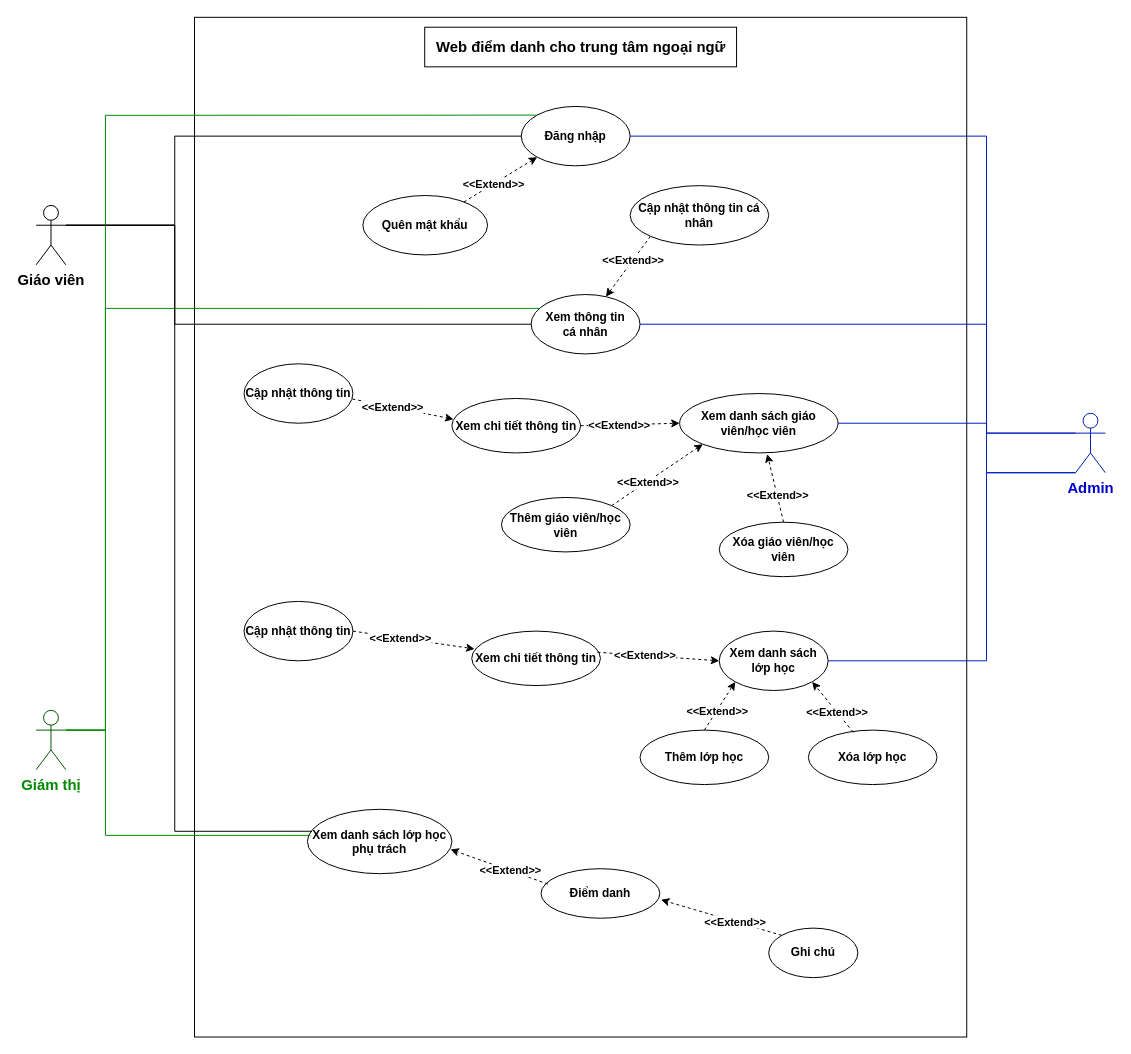
astr0tas/English-Center-Attendance-Check keeps this draw.io diagram as Week 1/UC Diagram.drawio. Above is the earlier version. Source tidied: cells renumbered, new cells numbered last; positions are measured from the earlier drawing's top-left corner, leaving out a move shared by most shapes. Both pictures are drawn from the tidied source at 99%, with x=0, y=0 at pixel (36, 17).
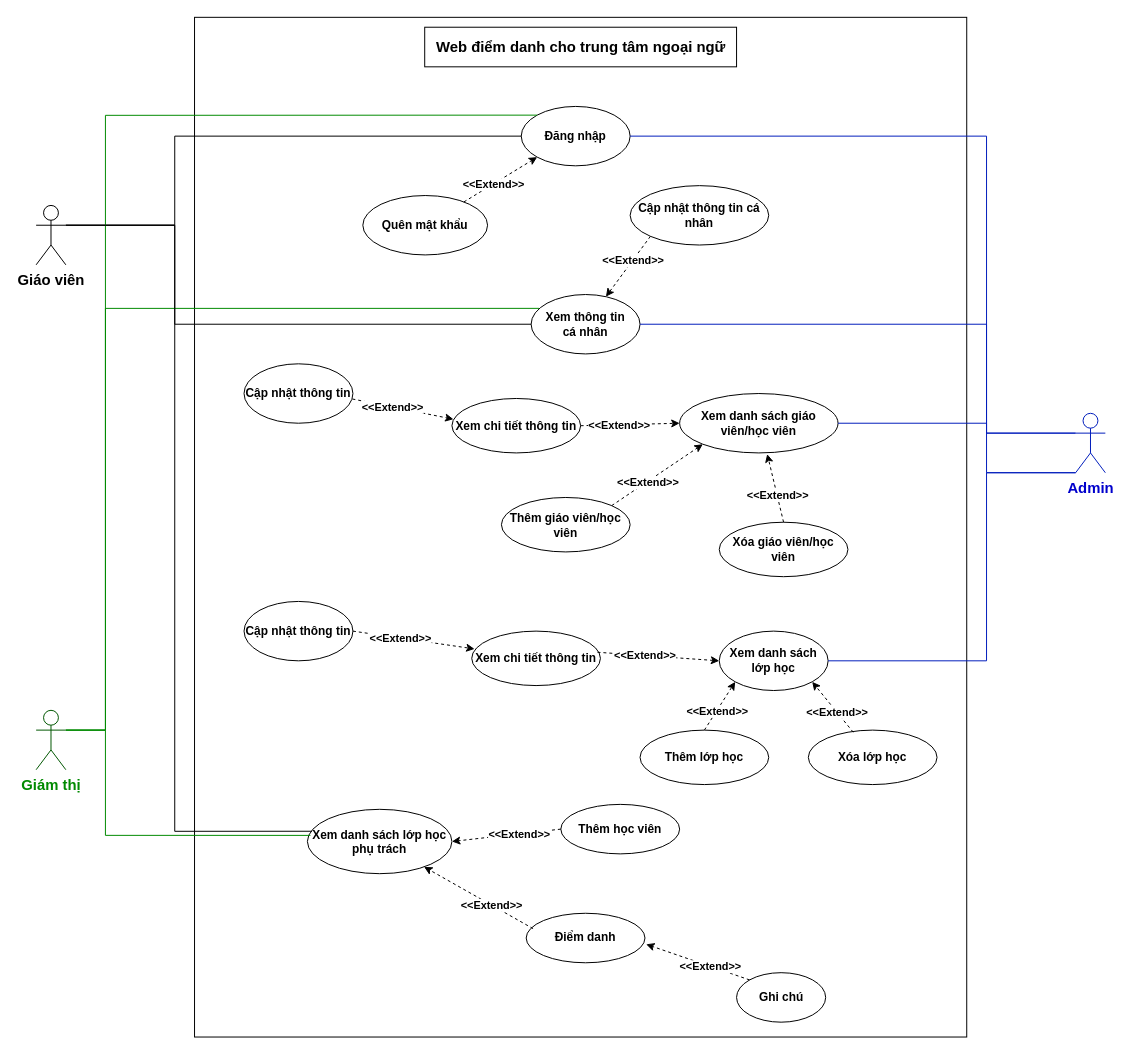
The same diagram, later.

Unchanged cells that the change refers to:
```xml
<mxCell id="52" value="Xem danh sách lớp học phụ trách" style="ellipse;whiteSpace=wrap;html=1;fontStyle=1;" parent="1" vertex="1">
  <mxGeometry x="274" y="800" width="146" height="65" as="geometry" />
</mxCell>
```

The edit, as a diff of the source:
```diff
@@
     <mxCell id="22" value="Ghi chú" style="ellipse;whiteSpace=wrap;html=1;fontStyle=1;" parent="1" vertex="1">
-      <mxGeometry x="740" y="920" width="90" height="50" as="geometry" />
+      <mxGeometry x="707.5" y="965" width="90" height="50" as="geometry" />
     </mxCell>
@@
     <mxCell id="53" value="Điểm danh" style="ellipse;whiteSpace=wrap;html=1;fontStyle=1;" parent="1" vertex="1">
-      <mxGeometry x="510" y="860" width="120" height="50" as="geometry" />
+      <mxGeometry x="495" y="905" width="120" height="50" as="geometry" />
     </mxCell>
-    <mxCell id="54" style="endArrow=classic;html=1;rounded=0;exitX=0.058;exitY=0.31;exitDx=0;exitDy=0;dashed=1;fontStyle=1;entryX=0.99;entryY=0.623;entryDx=0;entryDy=0;entryPerimeter=0;exitPerimeter=0;" parent="1" edge="1" source="53" target="52">
+    <mxCell id="54" style="endArrow=classic;html=1;rounded=0;exitX=0.058;exitY=0.31;exitDx=0;exitDy=0;dashed=1;fontStyle=1;exitPerimeter=0;" parent="1" edge="1" source="53" target="52">
       <mxGeometry relative="1" as="geometry" />
     </mxCell>
@@
+    <mxCell id="58" value="Thêm học viên" style="ellipse;whiteSpace=wrap;html=1;fontStyle=1;" parent="1" vertex="1">
+      <mxGeometry x="530" y="795" width="120" height="50" as="geometry" />
+    </mxCell>
+    <mxCell id="59" style="endArrow=classic;html=1;rounded=0;exitX=0;exitY=0.5;exitDx=0;exitDy=0;dashed=1;fontStyle=1;entryX=1;entryY=0.5;entryDx=0;entryDy=0;" parent="1" edge="1" source="58" target="52">
+      <mxGeometry relative="1" as="geometry" />
+    </mxCell>
+    <mxCell id="60" value="&amp;lt;&amp;lt;Extend&amp;gt;&amp;gt;" style="edgeLabel;html=1;align=center;verticalAlign=middle;fontStyle=1;" parent="59" vertex="1">
+      <mxGeometry x="-0.22" relative="1" as="geometry" />
+    </mxCell>
```
